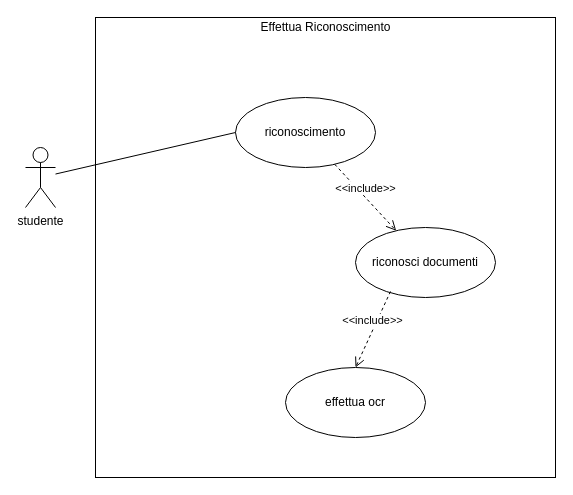
This is report/uml_use_case.drawio from Andrew-Wyn/ing_SW_DIL, a draw.io file, before an edit. Source tidied: cells renumbered, new cells numbered last; positions are measured from the earlier drawing's top-left corner, leaving out a move shared by most shapes. Both pictures are drawn from the tidied source at 100%, with x=0, y=0 at pixel (25, 17).
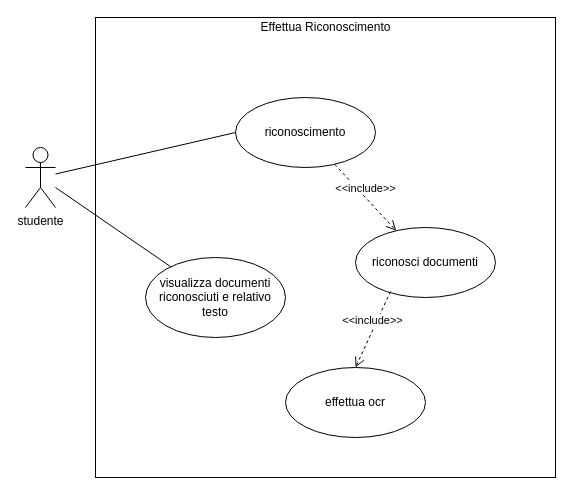
Above is the later version.

Commit message (it also covers changes not shown here):
adjusted use case diagram and description

Diff of the diagram source:
```diff
@@
 <mxGraphModel>
   <root>
     <mxCell id="0" />
     <mxCell id="1" parent="0" />
     <mxCell id="2" style="whiteSpace=wrap;html=1;" parent="1" vertex="1">
       <mxGeometry x="70" width="460" height="460" as="geometry" />
     </mxCell>
     <mxCell id="3" value="riconoscimento" style="ellipse;whiteSpace=wrap;html=1;" parent="1" vertex="1">
       <mxGeometry x="210" y="80" width="140" height="70" as="geometry" />
     </mxCell>
     <mxCell id="4" value="riconosci documenti" style="ellipse;whiteSpace=wrap;html=1;" parent="1" vertex="1">
       <mxGeometry x="330" y="210" width="140" height="70" as="geometry" />
     </mxCell>
     <mxCell id="5" value="effettua ocr" style="ellipse;whiteSpace=wrap;html=1;" parent="1" vertex="1">
       <mxGeometry x="260" y="350" width="140" height="70" as="geometry" />
     </mxCell>
     <mxCell id="6" value="studente" style="shape=umlActor;verticalLabelPosition=bottom;verticalAlign=top;html=1;" parent="1" vertex="1">
       <mxGeometry y="130" width="30" height="60" as="geometry" />
     </mxCell>
     <mxCell id="7" style="endArrow=none;html=1;entryX=0;entryY=0.5;entryDx=0;entryDy=0;" parent="1" edge="1" source="6" target="3">
       <mxGeometry relative="1" as="geometry" />
     </mxCell>
     <mxCell id="8" value="Effettua Riconoscimento" style="text;html=1;align=center;verticalAlign=middle;" parent="1" vertex="1">
       <mxGeometry x="225" width="150" height="20" as="geometry" />
     </mxCell>
     <mxCell id="9" value="&amp;lt;&amp;lt;include&amp;gt;&amp;gt;" style="html=1;verticalAlign=bottom;endArrow=open;dashed=1;endSize=8;exitX=0.25;exitY=0.914;exitDx=0;exitDy=0;exitPerimeter=0;entryX=0.5;entryY=0;entryDx=0;entryDy=0;" parent="1" edge="1" source="4" target="5">
       <mxGeometry relative="1" as="geometry" />
     </mxCell>
     <mxCell id="10" value="&amp;lt;&amp;lt;include&amp;gt;&amp;gt;" style="html=1;verticalAlign=bottom;endArrow=open;dashed=1;endSize=8;" parent="1" edge="1" source="3" target="4">
       <mxGeometry relative="1" as="geometry" />
     </mxCell>
+    <mxCell id="11" value="visualizza documenti riconosciuti e relativo testo" style="ellipse;whiteSpace=wrap;html=1;" parent="1" vertex="1">
+      <mxGeometry x="120" y="240" width="140" height="80" as="geometry" />
+    </mxCell>
+    <mxCell id="12" style="endArrow=none;html=1;" parent="1" edge="1" target="11">
+      <mxGeometry relative="1" as="geometry">
+        <mxPoint x="30" y="170" as="sourcePoint" />
+      </mxGeometry>
+    </mxCell>
   </root>
 </mxGraphModel>
```
